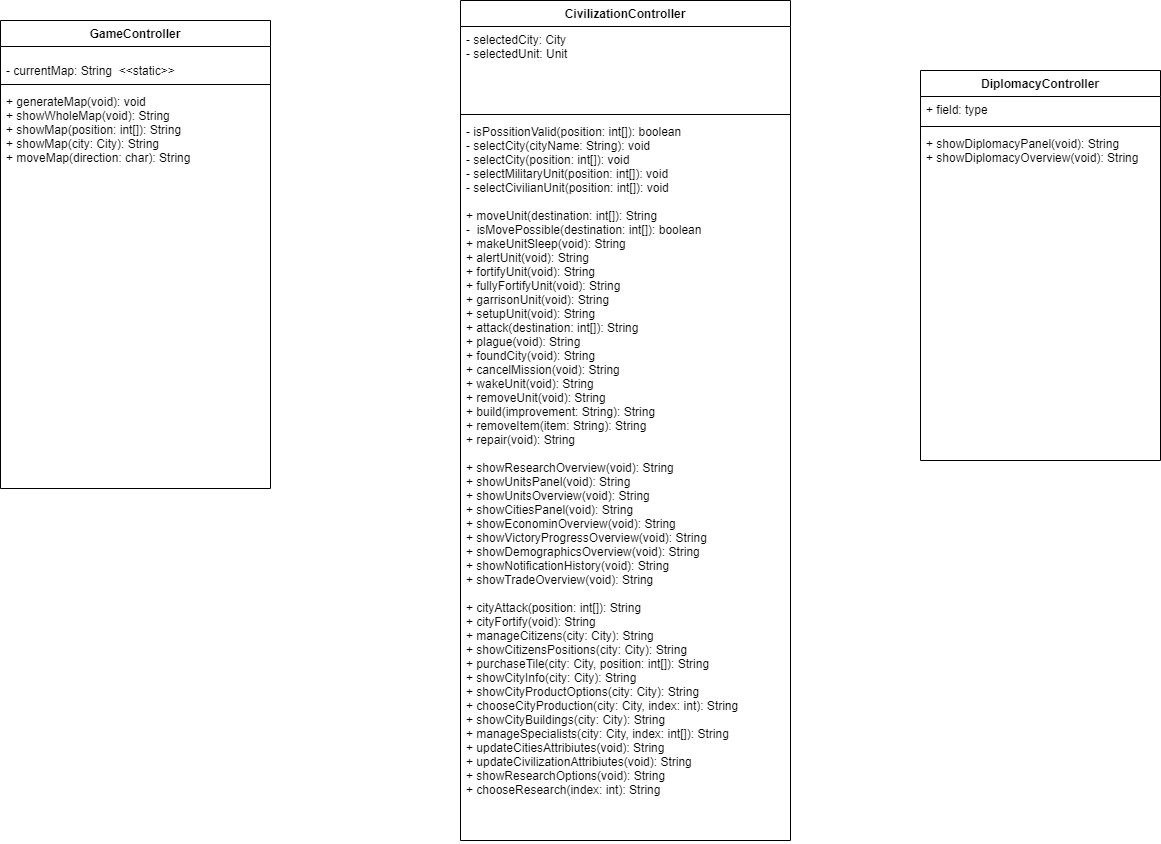
Before: UML/Controller/Controller.png, a diagram exported from draw.io (AdvancedProgrammingSUT2022/project-group-34). Source tidied: cells renumbered, new cells last; positions are measured from the earlier drawing's top-left corner, leaving out a move shared by most shapes.
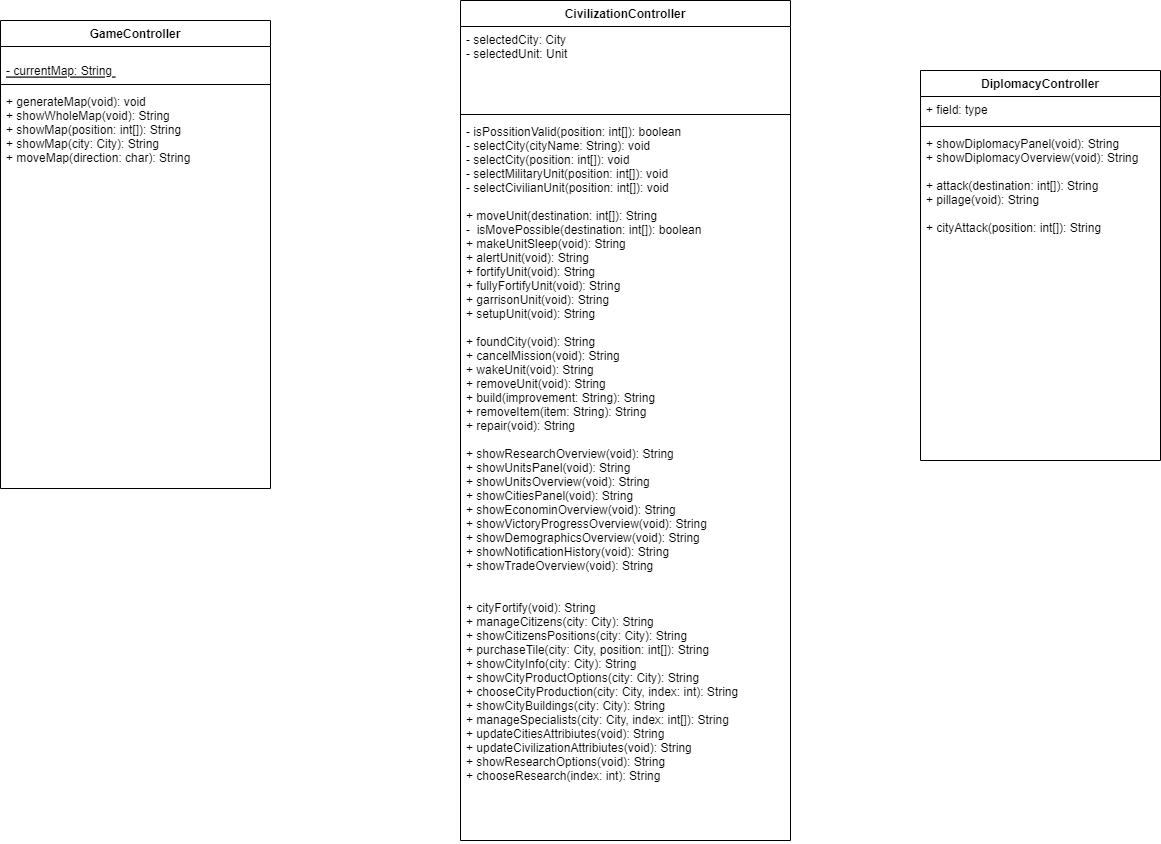
Above is the later version.

Commit message:
Edditing controller

Diff of the diagram source:
```diff
@@ -5,9 +5,9 @@
     <mxCell id="2" value="GameController" style="swimlane;fontStyle=1;align=center;verticalAlign=top;horizontal=1;startSize=26;" parent="1" vertex="1">
       <mxGeometry y="20" width="270" height="468" as="geometry" />
     </mxCell>
-    <mxCell id="3" value="- currentMap: String  &lt;&lt;static&gt;&gt;" style="text;strokeColor=none;fillColor=none;align=left;verticalAlign=bottom;spacingLeft=4;spacingRight=4;overflow=hidden;fontStyle=0;" parent="2" vertex="1">
-      <mxGeometry y="26" width="270" height="34" as="geometry" />
-    </mxCell>
+    <mxCell id="14" value="- currentMap: String " style="text;strokeColor=none;fillColor=none;align=left;verticalAlign=bottom;spacingLeft=4;spacingRight=4;overflow=hidden;fontStyle=4;" parent="2" vertex="1">
+      <mxGeometry y="26" width="270" height="34" as="geometry" />
+    </mxCell>
     <mxCell id="4" style="line;strokeWidth=1;fillColor=none;align=left;verticalAlign=middle;spacingTop=-1;spacingLeft=3;spacingRight=3;labelPosition=right;" parent="2" vertex="1">
       <mxGeometry y="60" width="270" height="8" as="geometry" />
     </mxCell>
@@ -23,9 +23,9 @@
     <mxCell id="8" style="line;strokeWidth=1;fillColor=none;align=left;verticalAlign=middle;spacingTop=-1;spacingLeft=3;spacingRight=3;labelPosition=right;" parent="6" vertex="1">
       <mxGeometry y="110" width="330" height="8" as="geometry" />
     </mxCell>
-    <mxCell id="9" value="- isPossitionValid(position: int[]): boolean&#10;- selectCity(cityName: String): void&#10;- selectCity(position: int[]): void&#10;- selectMilitaryUnit(position: int[]): void&#10;- selectCivilianUnit(position: int[]): void&#10;&#10;+ moveUnit(destination: int[]): String&#10;-  isMovePossible(destination: int[]): boolean&#10;+ makeUnitSleep(void): String&#10;+ alertUnit(void): String&#10;+ fortifyUnit(void): String&#10;+ fullyFortifyUnit(void): String&#10;+ garrisonUnit(void): String&#10;+ setupUnit(void): String&#10;+ attack(destination: int[]): String&#10;+ plague(void): String&#10;+ foundCity(void): String&#10;+ cancelMission(void): String&#10;+ wakeUnit(void): String&#10;+ removeUnit(void): String&#10;+ build(improvement: String): String&#10;+ removeItem(item: String): String&#10;+ repair(void): String&#10;&#10;+ showResearchOverview(void): String&#10;+ showUnitsPanel(void): String&#10;+ showUnitsOverview(void): String&#10;+ showCitiesPanel(void): String&#10;+ showEconominOverview(void): String&#10;+ showVictoryProgressOverview(void): String&#10;+ showDemographicsOverview(void): String&#10;+ showNotificationHistory(void): String&#10;+ showTradeOverview(void): String&#10;&#10;+ cityAttack(position: int[]): String&#10;+ cityFortify(void): String&#10;+ manageCitizens(city: City): String&#10;+ showCitizensPositions(city: City): String&#10;+ purchaseTile(city: City, position: int[]): String&#10;+ showCityInfo(city: City): String&#10;+ showCityProductOptions(city: City): String&#10;+ chooseCityProduction(city: City, index: int): String&#10;+ showCityBuildings(city: City): String&#10;+ manageSpecialists(city: City, index: int[]): String&#10;+ updateCitiesAttribiutes(void): String&#10;+ updateCivilizationAttribiutes(void): String&#10;+ showResearchOptions(void): String&#10;+ chooseResearch(index: int): String" style="text;strokeColor=none;fillColor=none;align=left;verticalAlign=top;spacingLeft=4;spacingRight=4;overflow=hidden;fontColor=#030202;" parent="6" vertex="1">
-      <mxGeometry y="118" width="330" height="722" as="geometry" />
-    </mxCell>
+    <mxCell id="15" value="- isPossitionValid(position: int[]): boolean&#10;- selectCity(cityName: String): void&#10;- selectCity(position: int[]): void&#10;- selectMilitaryUnit(position: int[]): void&#10;- selectCivilianUnit(position: int[]): void&#10;&#10;+ moveUnit(destination: int[]): String&#10;-  isMovePossible(destination: int[]): boolean&#10;+ makeUnitSleep(void): String&#10;+ alertUnit(void): String&#10;+ fortifyUnit(void): String&#10;+ fullyFortifyUnit(void): String&#10;+ garrisonUnit(void): String&#10;+ setupUnit(void): String&#10;&#10;+ foundCity(void): String&#10;+ cancelMission(void): String&#10;+ wakeUnit(void): String&#10;+ removeUnit(void): String&#10;+ build(improvement: String): String&#10;+ removeItem(item: String): String&#10;+ repair(void): String&#10;&#10;+ showResearchOverview(void): String&#10;+ showUnitsPanel(void): String&#10;+ showUnitsOverview(void): String&#10;+ showCitiesPanel(void): String&#10;+ showEconominOverview(void): String&#10;+ showVictoryProgressOverview(void): String&#10;+ showDemographicsOverview(void): String&#10;+ showNotificationHistory(void): String&#10;+ showTradeOverview(void): String&#10;&#10;&#10;+ cityFortify(void): String&#10;+ manageCitizens(city: City): String&#10;+ showCitizensPositions(city: City): String&#10;+ purchaseTile(city: City, position: int[]): String&#10;+ showCityInfo(city: City): String&#10;+ showCityProductOptions(city: City): String&#10;+ chooseCityProduction(city: City, index: int): String&#10;+ showCityBuildings(city: City): String&#10;+ manageSpecialists(city: City, index: int[]): String&#10;+ updateCitiesAttribiutes(void): String&#10;+ updateCivilizationAttribiutes(void): String&#10;+ showResearchOptions(void): String&#10;+ chooseResearch(index: int): String" style="text;strokeColor=none;fillColor=none;align=left;verticalAlign=top;spacingLeft=4;spacingRight=4;overflow=hidden;fontColor=#030202;" parent="6" vertex="1">
+      <mxGeometry y="118" width="330" height="722" as="geometry" />
+    </mxCell>
     <mxCell id="10" value="DiplomacyController" style="swimlane;fontStyle=1;align=center;verticalAlign=top;horizontal=1;startSize=26;" parent="1" vertex="1">
       <mxGeometry x="920" y="70" width="240" height="390" as="geometry" />
     </mxCell>
@@ -35,8 +35,8 @@
     <mxCell id="12" style="line;strokeWidth=1;fillColor=none;align=left;verticalAlign=middle;spacingTop=-1;spacingLeft=3;spacingRight=3;labelPosition=right;" parent="10" vertex="1">
       <mxGeometry y="52" width="240" height="8" as="geometry" />
     </mxCell>
-    <mxCell id="13" value="+ showDiplomacyPanel(void): String&#10;+ showDiplomacyOverview(void): String" style="text;strokeColor=none;fillColor=none;align=left;verticalAlign=top;spacingLeft=4;spacingRight=4;overflow=hidden;" parent="10" vertex="1">
-      <mxGeometry y="60" width="240" height="330" as="geometry" />
-    </mxCell>
+    <mxCell id="16" value="+ showDiplomacyPanel(void): String&#10;+ showDiplomacyOverview(void): String&#10;&#10;+ attack(destination: int[]): String&#10;+ pillage(void): String&#10;&#10;+ cityAttack(position: int[]): String" style="text;strokeColor=none;fillColor=none;align=left;verticalAlign=top;spacingLeft=4;spacingRight=4;overflow=hidden;" parent="10" vertex="1">
+      <mxGeometry y="60" width="240" height="330" as="geometry" />
+    </mxCell>
   </root>
 </mxGraphModel>
```
